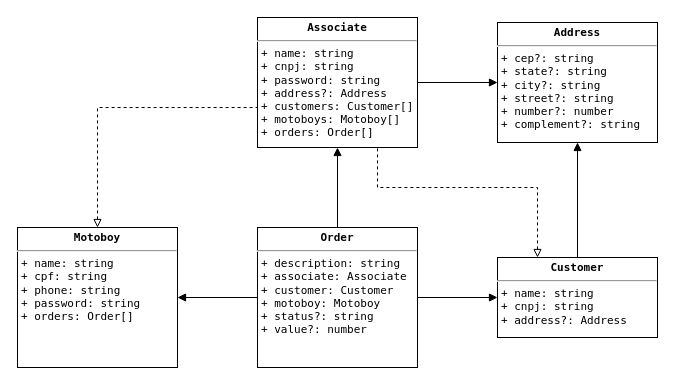
Earlier version of the draw.io diagram diagram-class.drawio (juliolmuller/ufpr-delivery-api). Source tidied: cells renumbered, new cells numbered last; positions are measured from the earlier drawing's top-left corner, leaving out a move shared by most shapes. Both pictures are drawn from the tidied source at 100%, with x=0, y=0 at pixel (17, 17).
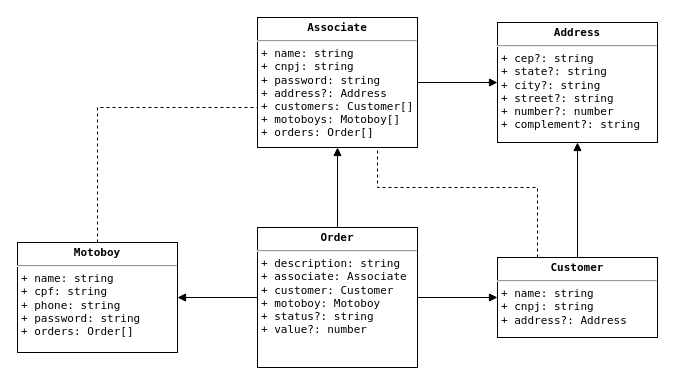
The same diagram, later.

Change to the diagram source:
```diff
@@
 <mxGraphModel>
   <root>
     <mxCell id="0" />
     <mxCell id="1" parent="0" />
     <mxCell id="2" style="edgeStyle=orthogonalEdgeStyle;rounded=0;jettySize=auto;html=1;fontFamily=Lucida Console;fontSize=11;endArrow=block;endFill=1;" parent="1" edge="1" source="3" target="11">
       <mxGeometry relative="1" as="geometry" />
     </mxCell>
     <mxCell id="3" value="&lt;p style=&quot;margin: 4px 0px 0px ; text-align: center ; font-size: 11px&quot;&gt;&lt;span style=&quot;font-size: 11px&quot;&gt;&lt;b&gt;Associate&lt;/b&gt;&lt;/span&gt;&lt;/p&gt;&lt;hr style=&quot;font-size: 11px&quot;&gt;&lt;p style=&quot;margin: 0px 0px 0px 4px ; font-size: 11px&quot;&gt;+ name: string&lt;br style=&quot;font-size: 11px&quot;&gt;+ cnpj: string&lt;/p&gt;&lt;p style=&quot;margin: 0px 0px 0px 4px ; font-size: 11px&quot;&gt;+ password: string&lt;/p&gt;&lt;p style=&quot;margin: 0px 0px 0px 4px ; font-size: 11px&quot;&gt;+ address?: Address&lt;/p&gt;&lt;p style=&quot;margin: 0px 0px 0px 4px ; font-size: 11px&quot;&gt;+ customers: Customer[]&lt;/p&gt;&lt;p style=&quot;margin: 0px 0px 0px 4px ; font-size: 11px&quot;&gt;+ motoboys: Motoboy[]&lt;/p&gt;&lt;p style=&quot;margin: 0px 0px 0px 4px ; font-size: 11px&quot;&gt;+ orders: Order[]&lt;/p&gt;" style="verticalAlign=top;align=left;overflow=fill;fontSize=11;fontFamily=Lucida Console;html=1;rounded=0;shadow=0;comic=0;labelBackgroundColor=none;strokeWidth=1;" parent="1" vertex="1">
       <mxGeometry x="240" width="160" height="130" as="geometry" />
     </mxCell>
     <mxCell id="4" style="edgeStyle=orthogonalEdgeStyle;rounded=0;jettySize=auto;html=1;fontFamily=Lucida Console;fontSize=11;endArrow=block;endFill=1;" parent="1" edge="1" source="7" target="8">
       <mxGeometry relative="1" as="geometry" />
     </mxCell>
     <mxCell id="5" style="edgeStyle=orthogonalEdgeStyle;rounded=0;jettySize=auto;html=1;fontFamily=Lucida Console;fontSize=11;endArrow=block;endFill=1;" parent="1" edge="1" source="7" target="3">
       <mxGeometry relative="1" as="geometry">
         <Array as="points">
           <mxPoint x="180" y="280" />
           <mxPoint x="180" y="280" />
         </Array>
       </mxGeometry>
     </mxCell>
     <mxCell id="6" style="edgeStyle=orthogonalEdgeStyle;rounded=0;jettySize=auto;html=1;fontFamily=Lucida Console;fontSize=11;endArrow=block;endFill=1;" parent="1" edge="1" source="7" target="10">
       <mxGeometry relative="1" as="geometry" />
     </mxCell>
     <mxCell id="7" value="&lt;p style=&quot;margin: 4px 0px 0px ; text-align: center ; font-size: 11px&quot;&gt;&lt;b style=&quot;font-size: 11px&quot;&gt;Order&lt;/b&gt;&lt;/p&gt;&lt;hr style=&quot;font-size: 11px&quot;&gt;&lt;p style=&quot;margin: 0px 0px 0px 4px ; font-size: 11px&quot;&gt;+ description: string&lt;br style=&quot;font-size: 11px&quot;&gt;+ associate: Associate&lt;/p&gt;&lt;p style=&quot;margin: 0px 0px 0px 4px ; font-size: 11px&quot;&gt;+ customer: Customer&lt;/p&gt;&lt;p style=&quot;margin: 0px 0px 0px 4px ; font-size: 11px&quot;&gt;+ motoboy: Motoboy&lt;/p&gt;&lt;p style=&quot;margin: 0px 0px 0px 4px ; font-size: 11px&quot;&gt;+ status?: string&lt;/p&gt;&lt;p style=&quot;margin: 0px 0px 0px 4px ; font-size: 11px&quot;&gt;+ value?: number&lt;/p&gt;" style="verticalAlign=top;align=left;overflow=fill;fontSize=11;fontFamily=Lucida Console;html=1;rounded=0;shadow=0;comic=0;labelBackgroundColor=none;strokeWidth=1;" parent="1" vertex="1">
       <mxGeometry x="240" y="210" width="160" height="140" as="geometry" />
     </mxCell>
     <mxCell id="8" value="&lt;p style=&quot;margin: 4px 0px 0px ; text-align: center ; font-size: 11px&quot;&gt;&lt;b style=&quot;font-size: 11px&quot;&gt;Motoboy&lt;/b&gt;&lt;/p&gt;&lt;hr style=&quot;font-size: 11px&quot;&gt;&lt;p style=&quot;margin: 0px 0px 0px 4px ; font-size: 11px&quot;&gt;+ name: string&lt;br style=&quot;font-size: 11px&quot;&gt;+ cpf: string&lt;/p&gt;&lt;p style=&quot;margin: 0px 0px 0px 4px ; font-size: 11px&quot;&gt;+ phone: string&lt;/p&gt;&lt;p style=&quot;margin: 0px 0px 0px 4px ; font-size: 11px&quot;&gt;+ password: string&lt;/p&gt;&lt;p style=&quot;margin: 0px 0px 0px 4px ; font-size: 11px&quot;&gt;+ orders: Order[]&lt;/p&gt;" style="verticalAlign=top;align=left;overflow=fill;fontSize=11;fontFamily=Lucida Console;html=1;rounded=0;shadow=0;comic=0;labelBackgroundColor=none;strokeWidth=1;" parent="1" vertex="1">
-      <mxGeometry y="210" width="160" height="140" as="geometry" />
+      <mxGeometry y="225" width="160" height="110" as="geometry" />
     </mxCell>
     <mxCell id="9" style="edgeStyle=orthogonalEdgeStyle;rounded=0;jettySize=auto;html=1;fontFamily=Lucida Console;fontSize=11;startArrow=none;startFill=0;endArrow=block;endFill=1;" parent="1" edge="1" source="10" target="11">
       <mxGeometry relative="1" as="geometry" />
     </mxCell>
     <mxCell id="10" value="&lt;p style=&quot;margin: 4px 0px 0px ; text-align: center ; font-size: 11px&quot;&gt;&lt;b style=&quot;font-size: 11px&quot;&gt;Customer&lt;/b&gt;&lt;/p&gt;&lt;hr style=&quot;font-size: 11px&quot;&gt;&lt;p style=&quot;margin: 0px 0px 0px 4px ; font-size: 11px&quot;&gt;+ name: string&lt;br style=&quot;font-size: 11px&quot;&gt;+ cnpj: string&lt;/p&gt;&lt;p style=&quot;margin: 0px 0px 0px 4px ; font-size: 11px&quot;&gt;+ address?: Address&lt;/p&gt;" style="verticalAlign=top;align=left;overflow=fill;fontSize=11;fontFamily=Lucida Console;html=1;rounded=0;shadow=0;comic=0;labelBackgroundColor=none;strokeWidth=1;" parent="1" vertex="1">
       <mxGeometry x="480" y="240" width="160" height="80" as="geometry" />
     </mxCell>
     <mxCell id="11" value="&lt;p style=&quot;margin: 4px 0px 0px; text-align: center; font-size: 11px;&quot;&gt;&lt;b style=&quot;font-size: 11px;&quot;&gt;Address&lt;/b&gt;&lt;/p&gt;&lt;hr style=&quot;font-size: 11px;&quot;&gt;&lt;p style=&quot;margin: 0px 0px 0px 4px; font-size: 11px;&quot;&gt;+ cep?: string&lt;br style=&quot;font-size: 11px;&quot;&gt;+ state?: string&lt;/p&gt;&lt;p style=&quot;margin: 0px 0px 0px 4px; font-size: 11px;&quot;&gt;+ city?: string&lt;/p&gt;&lt;p style=&quot;margin: 0px 0px 0px 4px; font-size: 11px;&quot;&gt;+ street?: string&lt;/p&gt;&lt;p style=&quot;margin: 0px 0px 0px 4px; font-size: 11px;&quot;&gt;+ number?: number&lt;/p&gt;&lt;p style=&quot;margin: 0px 0px 0px 4px; font-size: 11px;&quot;&gt;+ complement?: string&lt;/p&gt;" style="verticalAlign=top;align=left;overflow=fill;fontSize=11;fontFamily=Lucida Console;html=1;rounded=0;shadow=0;comic=0;labelBackgroundColor=none;strokeWidth=1;" parent="1" vertex="1">
       <mxGeometry x="480" y="5" width="160" height="120" as="geometry" />
     </mxCell>
-    <mxCell id="12" style="edgeStyle=orthogonalEdgeStyle;rounded=0;jettySize=auto;html=1;fontFamily=Lucida Console;fontSize=11;endArrow=none;endFill=0;startArrow=block;startFill=0;dashed=1;" parent="1" edge="1" source="8" target="3">
+    <mxCell id="12" style="edgeStyle=orthogonalEdgeStyle;rounded=0;jettySize=auto;html=1;fontFamily=Lucida Console;fontSize=11;endArrow=none;endFill=0;startArrow=none;startFill=0;dashed=1;" parent="1" edge="1" source="8" target="3">
       <mxGeometry relative="1" as="geometry">
         <Array as="points">
           <mxPoint x="80" y="90" />
         </Array>
       </mxGeometry>
     </mxCell>
-    <mxCell id="13" style="edgeStyle=orthogonalEdgeStyle;rounded=0;jettySize=auto;html=1;fontFamily=Lucida Console;fontSize=11;endArrow=none;endFill=0;startArrow=block;startFill=0;dashed=1;" parent="1" edge="1" source="10" target="3">
+    <mxCell id="13" style="edgeStyle=orthogonalEdgeStyle;rounded=0;jettySize=auto;html=1;fontFamily=Lucida Console;fontSize=11;endArrow=none;endFill=0;startArrow=none;startFill=0;dashed=1;" parent="1" edge="1" source="10" target="3">
       <mxGeometry relative="1" as="geometry">
         <Array as="points">
           <mxPoint x="520" y="170" />
           <mxPoint x="360" y="170" />
         </Array>
       </mxGeometry>
     </mxCell>
   </root>
 </mxGraphModel>
```
